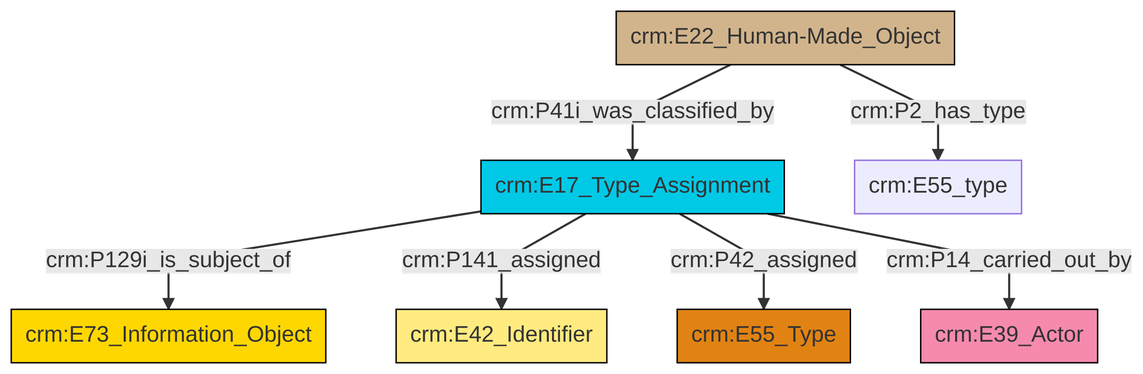
This is et/builtWorkCSV/ttl/mmd/png/Built_Work_designation_status.png from swiss-art-research-net/reference-data-models, a Mermaid export, as it was before one commit. Its source is kept beside it as et/builtWorkCSV/ttl/mmd/Built_Work_designation_status.ttl.mmd.
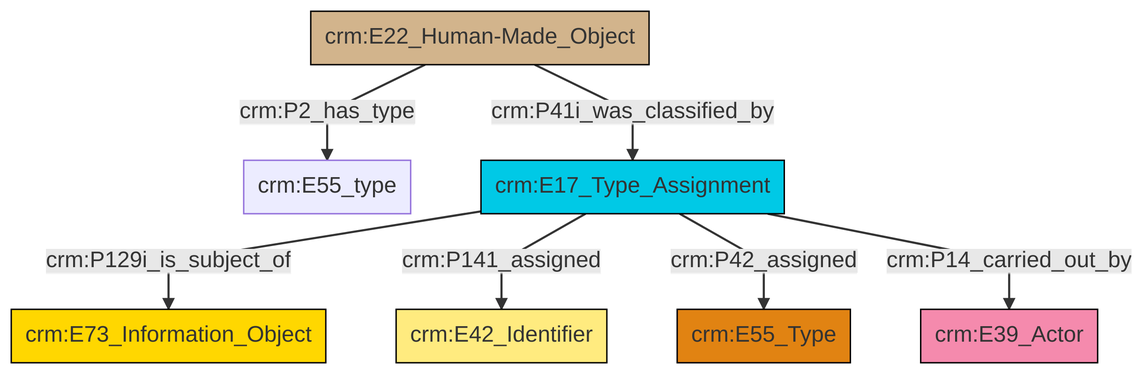
The same diagram one commit later.

What changed in the source:
```diff
@@ -13,9 +13,9 @@
 classDef PC_Classes fill:#4ce600, stroke:#000000;
 classDef Multi fill:#cccccc,stroke:#000000;
 
-8["crm:E17_Type_Assignment"]:::Temporal_Entity -->|crm:P129i_is_subject_of| 4["crm:E73_Information_Object"]:::Conceptual_Object
-8["crm:E17_Type_Assignment"]:::Temporal_Entity -->|crm:P141_assigned| 9["crm:E42_Identifier"]:::Appellation
-6["crm:E22_Human-Made_Object"]:::Physical_Thing -->|crm:P41i_was_classified_by| 8["crm:E17_Type_Assignment"]:::Temporal_Entity
-6["crm:E22_Human-Made_Object"]:::Physical_Thing -->|crm:P2_has_type| 11["crm:E55_type"]:::Default
-8["crm:E17_Type_Assignment"]:::Temporal_Entity -->|crm:P42_assigned| 2["crm:E55_Type"]:::Type
-8["crm:E17_Type_Assignment"]:::Temporal_Entity -->|crm:P14_carried_out_by| 0["crm:E39_Actor"]:::Actor
+4["crm:E22_Human-Made_Object"]:::Physical_Thing -->|crm:P2_has_type| 2["crm:E55_type"]:::Default
+5["crm:E17_Type_Assignment"]:::Temporal_Entity -->|crm:P129i_is_subject_of| 6["crm:E73_Information_Object"]:::Conceptual_Object
+5["crm:E17_Type_Assignment"]:::Temporal_Entity -->|crm:P141_assigned| 8["crm:E42_Identifier"]:::Appellation
+4["crm:E22_Human-Made_Object"]:::Physical_Thing -->|crm:P41i_was_classified_by| 5["crm:E17_Type_Assignment"]:::Temporal_Entity
+5["crm:E17_Type_Assignment"]:::Temporal_Entity -->|crm:P42_assigned| 10["crm:E55_Type"]:::Type
+5["crm:E17_Type_Assignment"]:::Temporal_Entity -->|crm:P14_carried_out_by| 0["crm:E39_Actor"]:::Actor
```
